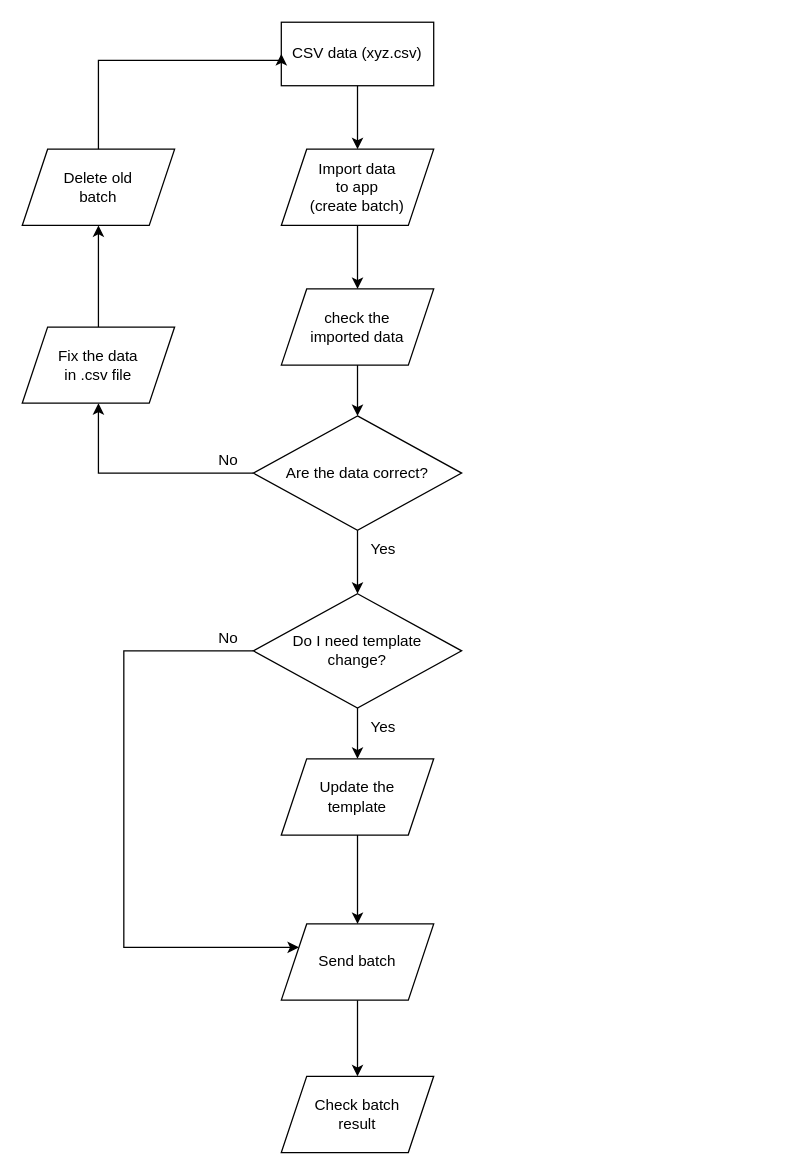
Earlier version of the draw.io diagram Diagram bez názvu.drawio (filiptvarek/diagrams). Source tidied: cells renumbered, new cells numbered last; positions are measured from the earlier drawing's top-left corner, leaving out a move shared by most shapes. Both pictures are drawn from the tidied source at 127%, with x=0, y=0 at pixel (22, 22).
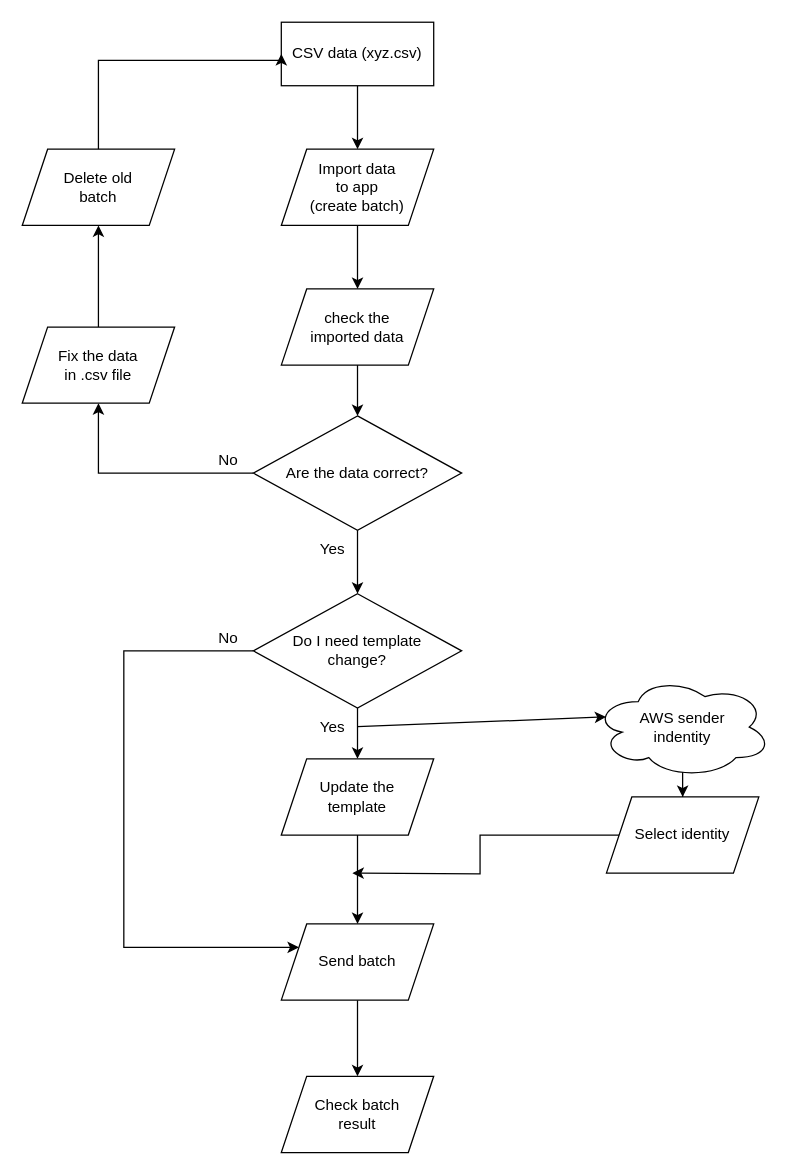
Above is the later version.

Diff of the diagram source:
```diff
@@
     <mxCell id="23" value="Yes" style="text;html=1;align=center;verticalAlign=middle;fillColor=none;strokeColor=none;rounded=0;" parent="1" vertex="1">
-      <mxGeometry x="264" y="540" width="40" height="30" as="geometry" />
+      <mxGeometry x="224" y="540" width="40" height="30" as="geometry" />
     </mxCell>
@@
     <mxCell id="25" value="Yes" style="text;html=1;align=center;verticalAlign=middle;fillColor=none;strokeColor=none;rounded=0;" parent="1" vertex="1">
-      <mxGeometry x="264" y="400" width="40" height="30" as="geometry" />
+      <mxGeometry x="224" y="400" width="40" height="30" as="geometry" />
     </mxCell>
@@
+    <mxCell id="27" style="edgeStyle=orthogonalEdgeStyle;rounded=0;jettySize=auto;html=1;entryX=0.5;entryY=0;entryDx=0;entryDy=0;" parent="1" edge="1" source="28" target="31">
+      <mxGeometry relative="1" as="geometry" />
+    </mxCell>
+    <mxCell id="28" value="AWS sender&lt;br&gt;indentity" style="ellipse;shape=cloud;whiteSpace=wrap;html=1;" parent="1" vertex="1">
+      <mxGeometry x="450" y="515" width="140" height="80" as="geometry" />
+    </mxCell>
+    <mxCell id="29" style="edgeStyle=none;jettySize=auto;html=1;rounded=0;entryX=0.07;entryY=0.4;entryDx=0;entryDy=0;entryPerimeter=0;" parent="1" edge="1" target="28">
+      <mxGeometry relative="1" as="geometry">
+        <mxPoint x="264" y="554.7" as="sourcePoint" />
+      </mxGeometry>
+    </mxCell>
+    <mxCell id="30" style="edgeStyle=orthogonalEdgeStyle;rounded=0;jettySize=auto;html=1;" parent="1" edge="1" source="31">
+      <mxGeometry relative="1" as="geometry">
+        <mxPoint x="260" y="670" as="targetPoint" />
+      </mxGeometry>
+    </mxCell>
+    <mxCell id="31" value="Select identity" style="shape=parallelogram;perimeter=parallelogramPerimeter;whiteSpace=wrap;html=1;fixedSize=1;" parent="1" vertex="1">
+      <mxGeometry x="460" y="610" width="120" height="60" as="geometry" />
+    </mxCell>
```
